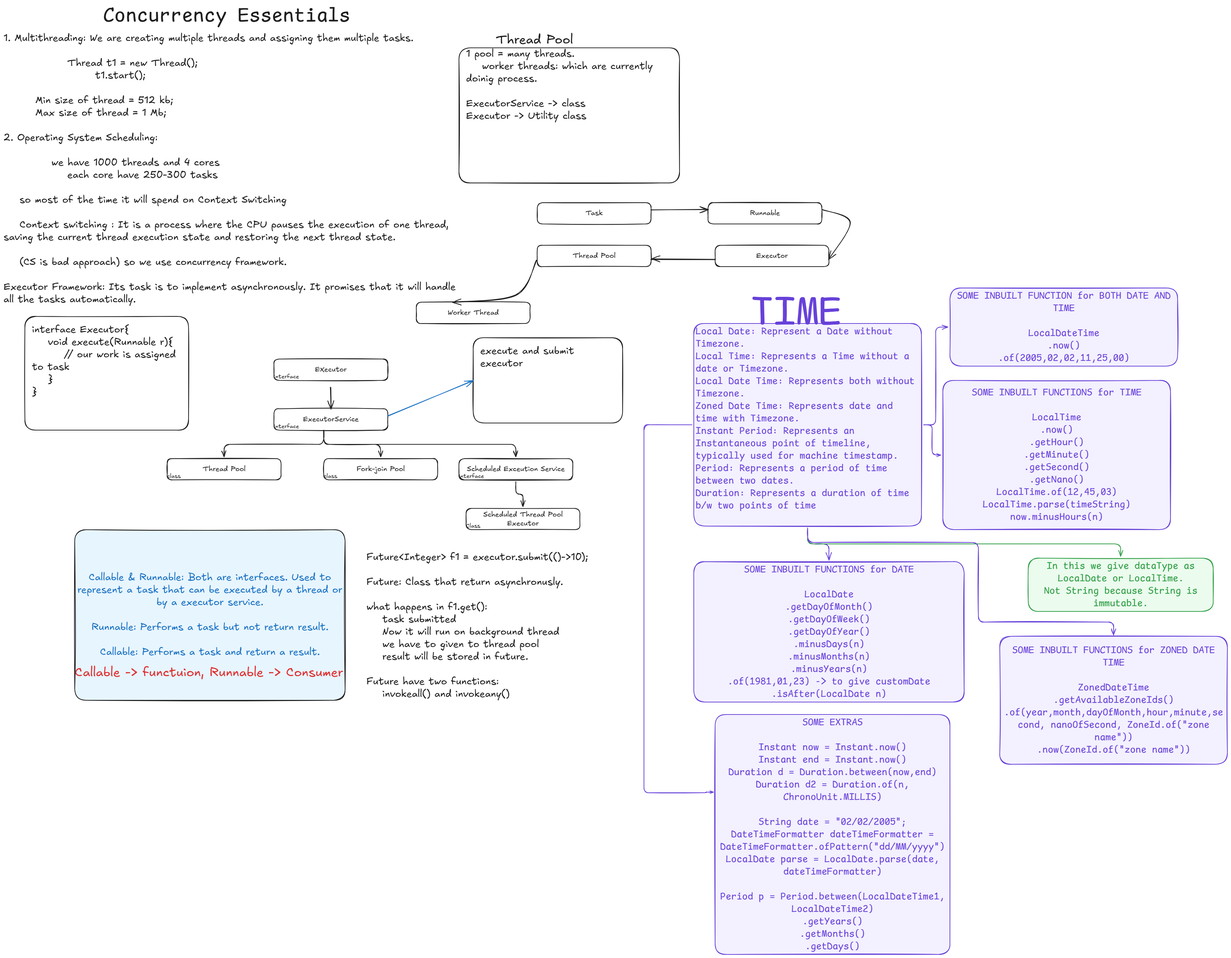
Earlier version of the Excalidraw export day14/Java Concurrency and time.excalidraw.png (tanuj0202/javahcl). Source tidied: one line per element, renumbered; positions are measured from the earlier drawing's top-left corner, leaving out a move shared by most shapes.
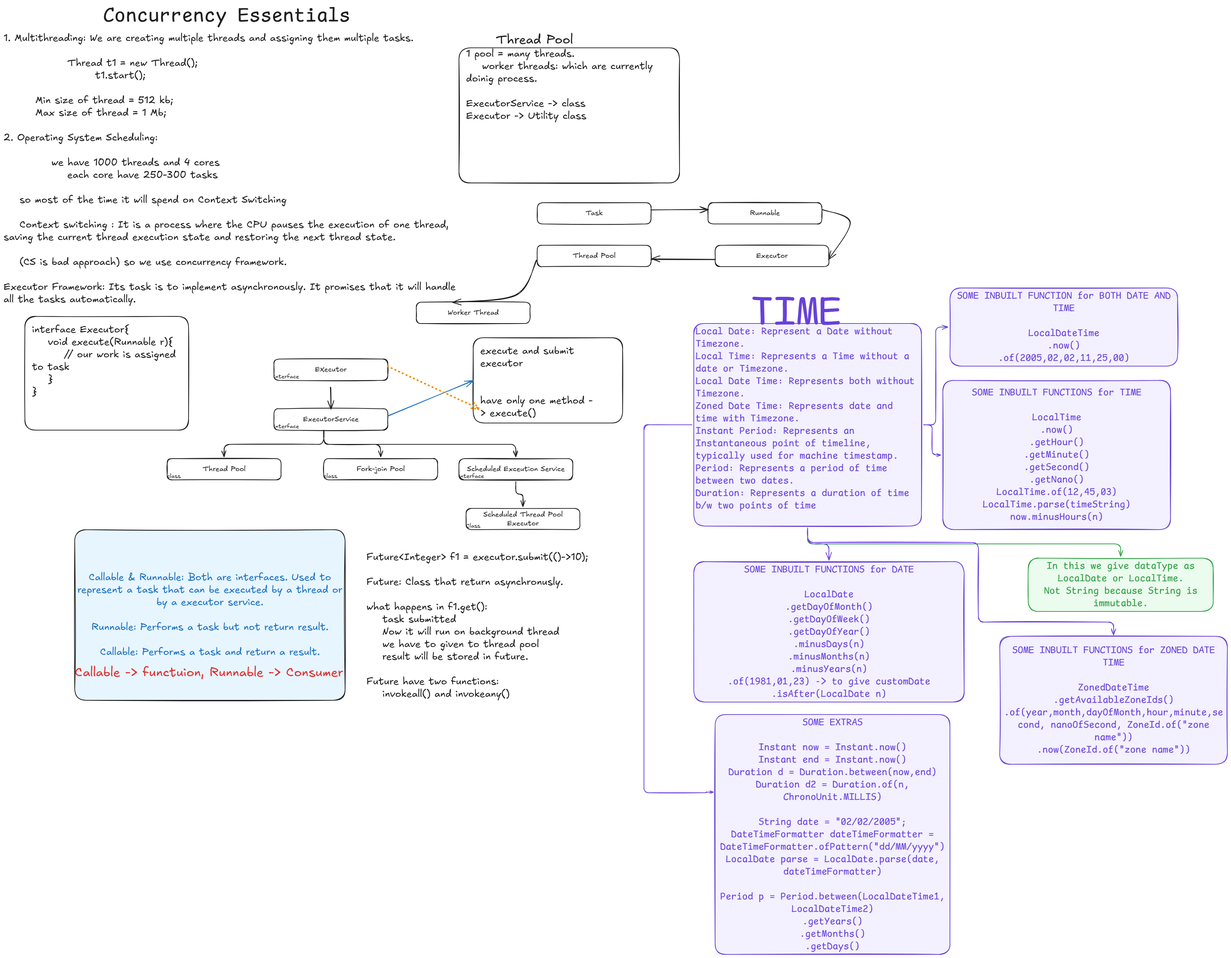
The same diagram one commit later.

Change to the diagram source:
```diff
@@ -38,7 +38,7 @@
 {"id": 37, "type": "rectangle", "strokeColor": "#1e1e1e", "strokeWidth": 2, "roughness": 1, "round": true, "x": 60, "y": 880, "width": 460, "height": 320}
 {"id": 38, "type": "text", "text": "interface Executor{\n    void execute(Runnable r){\n        // our work is assigned\nto task\n    }\n}", "strokeColor": "#1e1e1e", "strokeWidth": 2, "roughness": 1, "fontSize": 28, "fontFamily": 5, "x": 80, "y": 900, "width": 414, "height": 210}
 {"id": 39, "type": "rectangle", "strokeColor": "#1e1e1e", "strokeWidth": 2, "roughness": 1, "round": true, "x": 1320, "y": 940, "width": 420, "height": 240}
-{"id": 40, "type": "text", "text": "execute and submit\nexecutor", "strokeColor": "#1e1e1e", "strokeWidth": 2, "roughness": 1, "fontSize": 28, "fontFamily": 5, "x": 1340, "y": 960, "width": 331, "height": 70}
+{"id": 40, "type": "text", "text": "execute and submit\nexecutor\n\n\nhave only one method -\n> execute()", "strokeColor": "#1e1e1e", "strokeWidth": 2, "roughness": 1, "fontSize": 28, "fontFamily": 5, "x": 1340, "y": 960, "width": 331, "height": 210}
 {"id": 41, "type": "arrow", "strokeColor": "#1971c2", "strokeWidth": 2, "roughness": 1, "endArrowhead": "arrow", "round": true, "from": 21, "to": 39, "x": 1080, "y": 1160, "width": 240, "height": 100, "points": [[0, 0], [240, -100]]}
 {"id": 42, "type": "arrow", "strokeColor": "#1e1e1e", "strokeWidth": 2, "roughness": 1, "endArrowhead": "arrow", "round": true, "from": 19, "to": 21, "x": 920, "y": 1080, "width": 0, "height": 60, "points": [[0, 0], [0, 60]]}
 {"id": 43, "type": "arrow", "strokeColor": "#1e1e1e", "strokeWidth": 2, "roughness": 1, "endArrowhead": "arrow", "from": 21, "to": 24, "x": 900, "y": 1200, "width": 280, "height": 75, "points": [[0, 0], [0, 40], [-280, 40], [-280, 75]]}
@@ -70,3 +70,4 @@
 {"id": 69, "type": "rectangle", "strokeColor": "#6741d9", "backgroundColor": "#f3f0ff", "fillStyle": "solid", "strokeWidth": 2, "roughness": 1, "round": true, "x": 2000, "y": 2000, "width": 660, "height": 675}
 {"id": 70, "type": "text", "text": "SOME EXTRAS\n\nInstant now = Instant.now()\nInstant end = Instant.now()\nDuration d = Duration.between(now,end)\nDuration d2 = Duration.of(n,\nChronoUnit.MILLIS)\n\nString date = \"02/02/2005\";\nDateTimeFormatter dateTimeFormatter =\nDateTimeFormatter.ofPattern(\"dd/MM/yyyy\")\nLocalDate parse = LocalDate.parse(date,\ndateTimeFormatter)\n\nPeriod p = Period.between(LocalDateTime1,\nLocalDateTime2)\n.getYears()\n.getMonths()\n.getDays()", "strokeColor": "#6741d9", "backgroundColor": "#ebfbee", "fillStyle": "solid", "strokeWidth": 2, "roughness": 1, "fontSize": 28, "fontFamily": 8, "textAlign": "center", "verticalAlign": "middle", "inside": 69, "x": 2014, "y": 2005, "width": 631, "height": 665}
 {"id": 71, "type": "arrow", "strokeColor": "#6741d9", "backgroundColor": "#ebfbee", "fillStyle": "solid", "strokeWidth": 2, "roughness": 1, "endArrowhead": "arrow", "from": 51, "to": 69, "x": 1935, "y": 1185, "width": 195, "height": 1035, "points": [[0, 0], [-135, 0], [-135, 1035], [40, 1035], [40, 1034], [60, 1034]]}
+{"id": 72, "type": "arrow", "strokeColor": "#f08c00", "strokeWidth": 4, "strokeStyle": "dotted", "roughness": 2, "endArrowhead": "arrow", "round": true, "from": 19, "to": 40, "x": 1080, "y": 1020, "width": 260, "height": 120, "points": [[0, 0], [260, 120]]}
```
